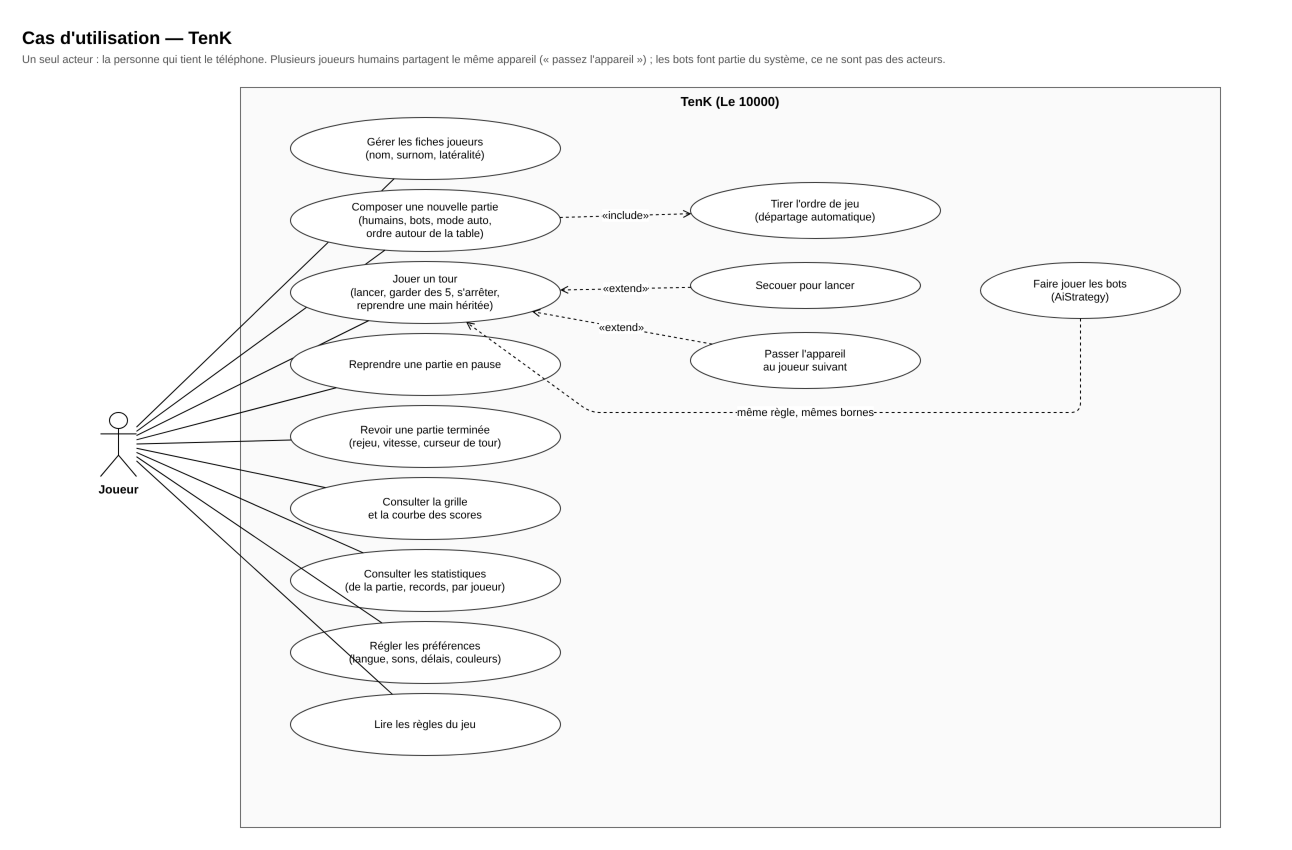
microscotch/tenk keeps this draw.io diagram as docs/uml/use-cases.png. Above is the earlier version. Source tidied: cells renumbered, new cells last; positions are measured from the earlier drawing's top-left corner, leaving out a move shared by most shapes.
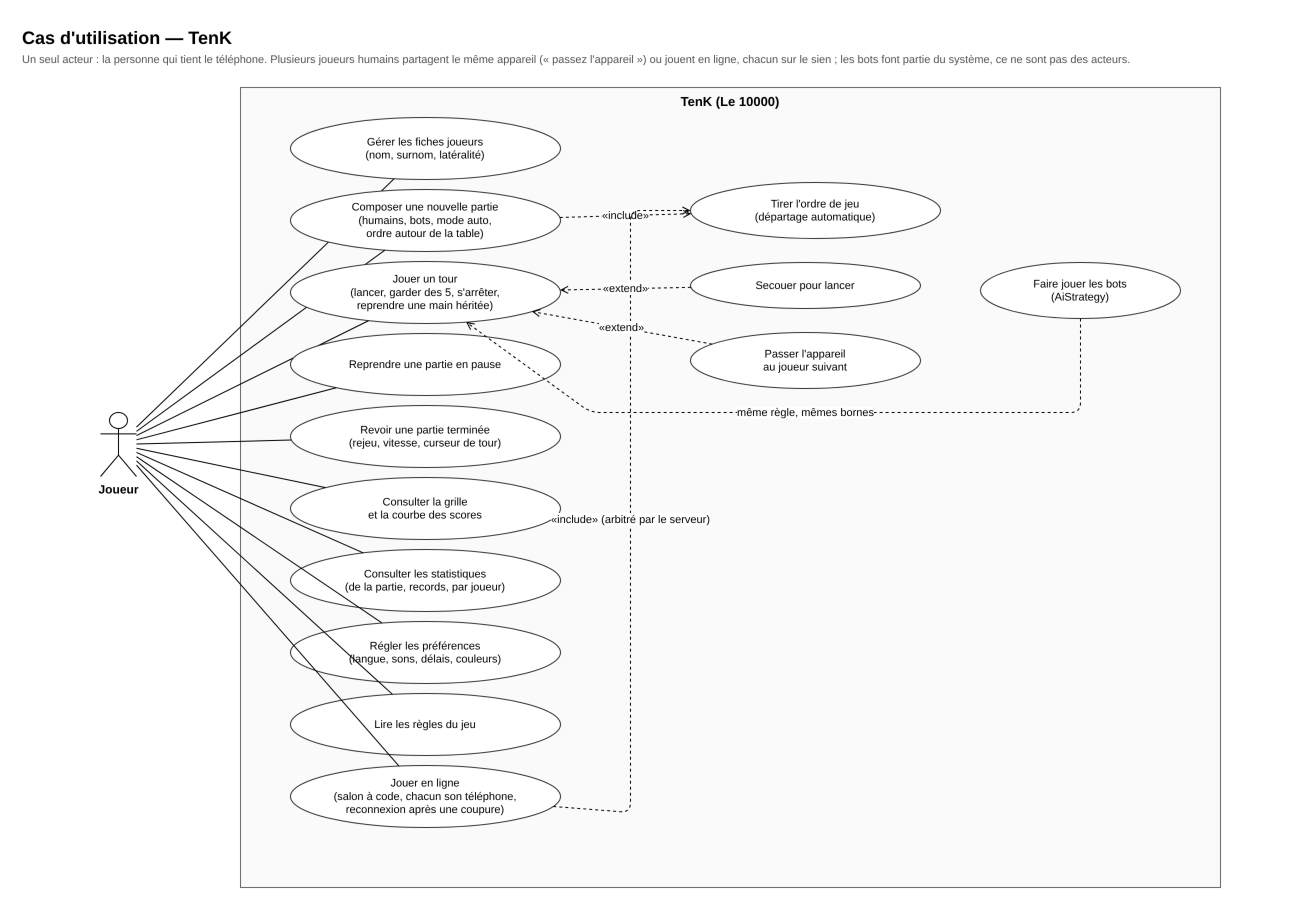
The same diagram one commit later.

The edit, as a diff of the source:
```diff
@@ -5,11 +5,11 @@
     <mxCell id="2" value="Cas d'utilisation — TenK" style="text;html=1;fontSize=18;fontStyle=1;align=left;verticalAlign=top;" parent="1" vertex="1">
       <mxGeometry width="1200" height="26" as="geometry" />
     </mxCell>
-    <mxCell id="3" value="Un seul acteur : la personne qui tient le téléphone. Plusieurs joueurs humains partagent le même appareil (« passez l'appareil ») ; les bots font partie du système, ce ne sont pas des acteurs." style="text;html=1;fontSize=11;fontColor=#555555;align=left;verticalAlign=top;whiteSpace=wrap;" parent="1" vertex="1">
+    <mxCell id="3" value="Un seul acteur : la personne qui tient le téléphone. Plusieurs joueurs humains partagent le même appareil (« passez l'appareil ») ou jouent en ligne, chacun sur le sien ; les bots font partie du système, ce ne sont pas des acteurs." style="text;html=1;fontSize=11;fontColor=#555555;align=left;verticalAlign=top;whiteSpace=wrap;" parent="1" vertex="1">
       <mxGeometry y="26" width="1250" height="32" as="geometry" />
     </mxCell>
     <mxCell id="4" value="TenK (Le 10000)" style="rounded=0;whiteSpace=wrap;html=1;fontSize=13;fontStyle=1;verticalAlign=top;fillColor=#fafafa;strokeColor=#666666;" parent="1" vertex="1">
-      <mxGeometry x="220" y="67" width="980" height="740" as="geometry" />
+      <mxGeometry x="220" y="67" width="980" height="800" as="geometry" />
     </mxCell>
     <mxCell id="5" value="Joueur" style="shape=umlActor;verticalLabelPosition=bottom;verticalAlign=top;html=1;fontSize=12;fontStyle=1;" parent="1" vertex="1">
       <mxGeometry x="80" y="392" width="36" height="64" as="geometry" />
@@ -68,6 +68,12 @@
     <mxCell id="23" style="endArrow=none;html=1;fontSize=11;labelBackgroundColor=#ffffff;" parent="1" edge="1" source="5" target="22">
       <mxGeometry relative="1" as="geometry" />
     </mxCell>
+    <mxCell id="32" value="Jouer en ligne&lt;br/&gt;(salon à code, chacun son téléphone,&lt;br/&gt;reconnexion après une coupure)" style="ellipse;whiteSpace=wrap;html=1;fontSize=11;fillColor=#ffffff;strokeColor=#333333;" parent="1" vertex="1">
+      <mxGeometry x="270" y="745" width="270" height="62" as="geometry" />
+    </mxCell>
+    <mxCell id="28" style="endArrow=none;html=1;fontSize=11;labelBackgroundColor=#ffffff;" parent="1" edge="1" source="5" target="32">
+      <mxGeometry relative="1" as="geometry" />
+    </mxCell>
     <mxCell id="24" value="Tirer l'ordre de jeu&lt;br/&gt;(départage automatique)" style="ellipse;whiteSpace=wrap;html=1;fontSize=11;fillColor=#ffffff;strokeColor=#333333;" parent="1" vertex="1">
       <mxGeometry x="670" y="162" width="250" height="56" as="geometry" />
     </mxCell>
@@ -80,22 +86,30 @@
     <mxCell id="27" value="Faire jouer les bots&lt;br/&gt;(AiStrategy)" style="ellipse;whiteSpace=wrap;html=1;fontSize=11;fillColor=#ffffff;strokeColor=#333333;" parent="1" vertex="1">
       <mxGeometry x="960" y="242" width="200" height="56" as="geometry" />
     </mxCell>
-    <mxCell id="28" value="«include»" style="endArrow=open;endFill=0;dashed=1;html=1;fontSize=11;labelBackgroundColor=#ffffff;rounded=1;" parent="1" edge="1" source="8" target="24">
-      <mxGeometry relative="1" as="geometry" />
-    </mxCell>
-    <mxCell id="29" value="«extend»" style="endArrow=open;endFill=0;dashed=1;html=1;fontSize=11;labelBackgroundColor=#ffffff;rounded=1;" parent="1" edge="1" source="25" target="10">
+    <mxCell id="29" value="«include»" style="endArrow=open;endFill=0;dashed=1;html=1;fontSize=11;labelBackgroundColor=#ffffff;rounded=1;" parent="1" edge="1" source="8" target="24">
       <mxGeometry relative="1" as="geometry" />
     </mxCell>
-    <mxCell id="30" value="«extend»" style="endArrow=open;endFill=0;dashed=1;html=1;fontSize=11;labelBackgroundColor=#ffffff;rounded=1;" parent="1" edge="1" source="26" target="10">
-      <mxGeometry relative="1" as="geometry" />
+    <mxCell id="30" value="«include» (arbitré par le serveur)" style="endArrow=open;endFill=0;dashed=1;html=1;fontSize=11;labelBackgroundColor=#ffffff;rounded=1;" parent="1" edge="1" source="32" target="24">
+      <mxGeometry relative="1" as="geometry">
+        <Array as="points">
+          <mxPoint x="610" y="792" />
+          <mxPoint x="610" y="190" />
+        </Array>
+      </mxGeometry>
     </mxCell>
-    <mxCell id="31" value="même règle, mêmes bornes" style="endArrow=open;endFill=0;dashed=1;html=1;fontSize=11;labelBackgroundColor=#ffffff;rounded=1;" parent="1" edge="1" source="27" target="10">
-      <mxGeometry relative="1" as="geometry">
-        <Array as="points">
-          <mxPoint x="1060" y="392" />
-          <mxPoint x="570" y="392" />
-        </Array>
-      </mxGeometry>
+    <mxCell id="31" value="«extend»" style="endArrow=open;endFill=0;dashed=1;html=1;fontSize=11;labelBackgroundColor=#ffffff;rounded=1;" parent="1" edge="1" source="25" target="10">
+      <mxGeometry relative="1" as="geometry" />
     </mxCell>
+    <mxCell id="33" value="«extend»" style="endArrow=open;endFill=0;dashed=1;html=1;fontSize=11;labelBackgroundColor=#ffffff;rounded=1;" parent="1" edge="1" source="26" target="10">
+      <mxGeometry relative="1" as="geometry" />
+    </mxCell>
+    <mxCell id="34" value="même règle, mêmes bornes" style="endArrow=open;endFill=0;dashed=1;html=1;fontSize=11;labelBackgroundColor=#ffffff;rounded=1;" parent="1" edge="1" source="27" target="10">
+      <mxGeometry relative="1" as="geometry">
+        <Array as="points">
+          <mxPoint x="1060" y="392" />
+          <mxPoint x="570" y="392" />
+        </Array>
+      </mxGeometry>
+    </mxCell>
   </root>
 </mxGraphModel>
```
